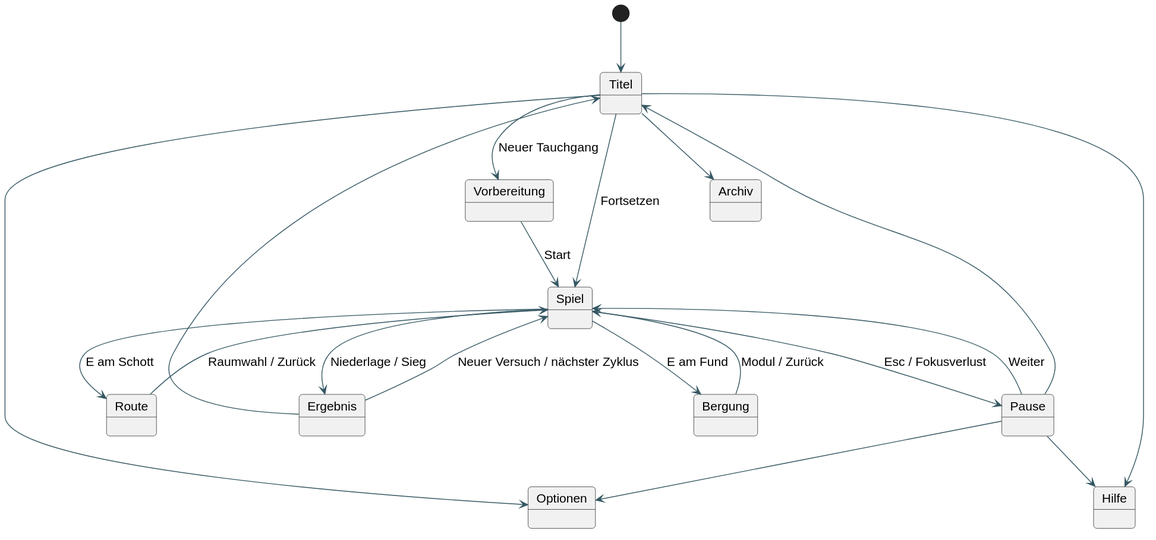
The PlantUML diagram docs/diagrams/12-navigation.svg in bassdav2/abyss, before a commit.
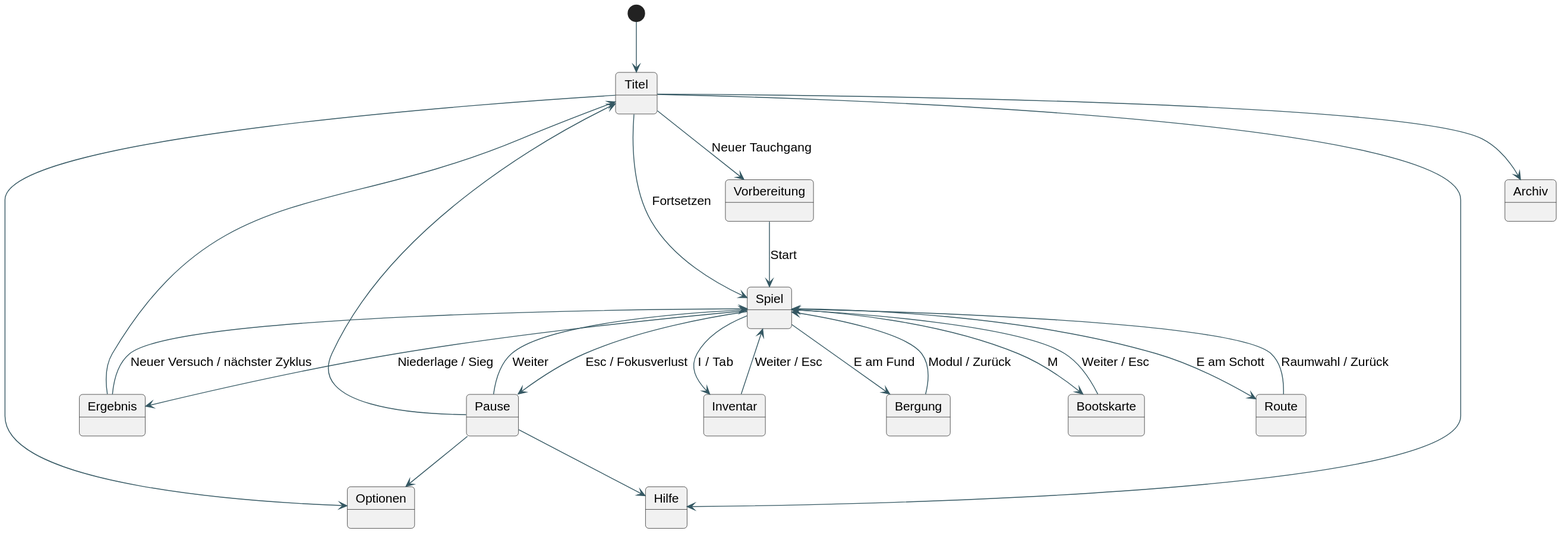
The same diagram one commit later.

The edit, as a diff of the source:
```diff
@@ -22,6 +22,10 @@
 Titel --> Optionen
 Titel --> Hilfe
 Titel --> Archiv
+Spiel --> Inventar : I / Tab
+Inventar --> Spiel : Weiter / Esc
+Spiel --> Bootskarte : M
+Bootskarte --> Spiel : Weiter / Esc
 Spiel --> Pause : Esc / Fokusverlust
 Pause --> Spiel : Weiter
 Pause --> Optionen
```
